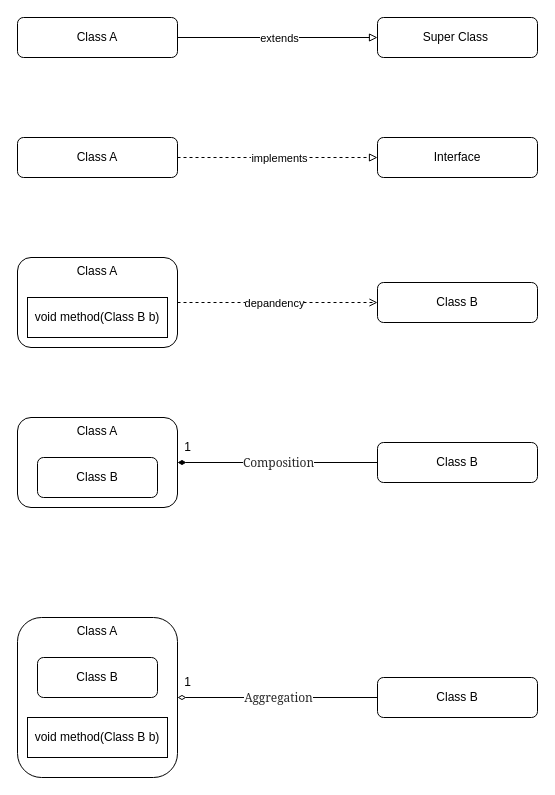
Earlier version of the draw.io diagram design/UML.drawio (bayern01kahn/Tech_Diagrams). Source tidied: cells renumbered, new cells numbered last; positions are measured from the earlier drawing's top-left corner, leaving out a move shared by most shapes. Both pictures are drawn from the tidied source at 100%, with x=0, y=0 at pixel (17, 17).
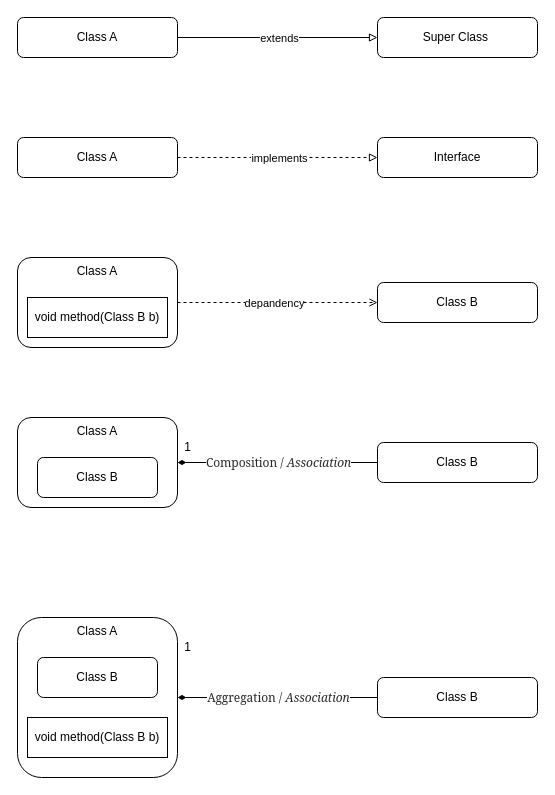
After the change.

Unchanged cells that the change refers to:
```xml
<mxCell id="16" style="edgeStyle=orthogonalEdgeStyle;rounded=0;jettySize=auto;html=1;exitX=0;exitY=0.5;exitDx=0;exitDy=0;entryX=1;entryY=0.5;entryDx=0;entryDy=0;strokeWidth=1;endArrow=diamondThin;endFill=1;" parent="1" edge="1" source="18" target="15">
  <mxGeometry relative="1" as="geometry" />
</mxCell>
<mxCell id="21" value="Class A" style="rounded=1;whiteSpace=wrap;html=1;verticalAlign=top;" parent="1" vertex="1">
  <mxGeometry y="600" width="160" height="160" as="geometry" />
</mxCell>
<mxCell id="24" value="Class B" style="rounded=1;whiteSpace=wrap;html=1;" parent="1" vertex="1">
  <mxGeometry x="360" y="660" width="160" height="40" as="geometry" />
</mxCell>
```

The edit, as a diff of the source:
```diff
@@
-    <mxCell id="17" value="&lt;span style=&quot;box-sizing: inherit; font-family: source-serif-pro, Georgia, Cambria, &amp;quot;Times New Roman&amp;quot;, Times, serif; color: rgb(41, 41, 41); letter-spacing: -0.06px; text-align: start;&quot; class=&quot;jq ih&quot;&gt;&lt;font style=&quot;font-size: 12px;&quot;&gt;Composition&lt;/font&gt;&lt;/span&gt;" style="edgeLabel;html=1;align=center;verticalAlign=middle;" parent="16" vertex="1">
+    <mxCell id="17" value="&lt;span style=&quot;box-sizing: inherit; font-family: source-serif-pro, Georgia, Cambria, &amp;quot;Times New Roman&amp;quot;, Times, serif; color: rgb(41, 41, 41); letter-spacing: -0.06px; text-align: start;&quot; class=&quot;jq ih&quot;&gt;&lt;font style=&quot;font-size: 12px;&quot;&gt;Composition /&amp;nbsp;&lt;/font&gt;&lt;/span&gt;&lt;em style=&quot;box-sizing: inherit; color: rgb(41, 41, 41); font-family: source-serif-pro, Georgia, Cambria, &amp;quot;Times New Roman&amp;quot;, Times, serif; letter-spacing: -0.06px; text-align: start;&quot; class=&quot;lb&quot;&gt;&lt;font style=&quot;font-size: 12px;&quot;&gt;Association&lt;/font&gt;&lt;/em&gt;" style="edgeLabel;html=1;align=center;verticalAlign=middle;" parent="16" vertex="1">
       <mxGeometry relative="1" as="geometry" />
     </mxCell>
@@
-    <mxCell id="22" style="edgeStyle=orthogonalEdgeStyle;rounded=0;jettySize=auto;html=1;exitX=0;exitY=0.5;exitDx=0;exitDy=0;entryX=1;entryY=0.5;entryDx=0;entryDy=0;strokeWidth=1;endArrow=diamondThin;endFill=0;" parent="1" edge="1" source="24" target="21">
+    <mxCell id="22" style="edgeStyle=orthogonalEdgeStyle;rounded=0;jettySize=auto;html=1;exitX=0;exitY=0.5;exitDx=0;exitDy=0;entryX=1;entryY=0.5;entryDx=0;entryDy=0;strokeWidth=1;endArrow=diamondThin;endFill=1;" parent="1" edge="1" source="24" target="21">
       <mxGeometry relative="1" as="geometry" />
     </mxCell>
-    <mxCell id="23" value="&lt;span style=&quot;box-sizing: inherit; font-family: source-serif-pro, Georgia, Cambria, &amp;quot;Times New Roman&amp;quot;, Times, serif; color: rgb(41, 41, 41); letter-spacing: -0.06px; text-align: start;&quot; class=&quot;jq ih&quot;&gt;&lt;font style=&quot;font-size: 12px;&quot;&gt;Aggregation&lt;/font&gt;&lt;/span&gt;" style="edgeLabel;html=1;align=center;verticalAlign=middle;" parent="22" vertex="1">
+    <mxCell id="23" value="&lt;span style=&quot;box-sizing: inherit; font-family: source-serif-pro, Georgia, Cambria, &amp;quot;Times New Roman&amp;quot;, Times, serif; color: rgb(41, 41, 41); letter-spacing: -0.06px; text-align: start;&quot; class=&quot;jq ih&quot;&gt;&lt;font style=&quot;font-size: 12px;&quot;&gt;Aggregation&amp;nbsp;&lt;/font&gt;&lt;/span&gt;&lt;span style=&quot;box-sizing: inherit; font-family: source-serif-pro, Georgia, Cambria, &amp;quot;Times New Roman&amp;quot;, Times, serif; color: rgb(41, 41, 41); letter-spacing: -0.06px; text-align: start;&quot; class=&quot;jq ih&quot;&gt;&lt;font style=&quot;font-size: 12px;&quot;&gt;/&amp;nbsp;&lt;/font&gt;&lt;/span&gt;&lt;em style=&quot;box-sizing: inherit; color: rgb(41, 41, 41); font-family: source-serif-pro, Georgia, Cambria, &amp;quot;Times New Roman&amp;quot;, Times, serif; letter-spacing: -0.06px; text-align: start;&quot; class=&quot;lb&quot;&gt;&lt;font style=&quot;font-size: 12px;&quot;&gt;Association&lt;/font&gt;&lt;/em&gt;" style="edgeLabel;html=1;align=center;verticalAlign=middle;" parent="22" vertex="1">
       <mxGeometry relative="1" as="geometry" />
     </mxCell>
@@
     <mxCell id="26" value="1" style="text;html=1;align=center;verticalAlign=middle;strokeColor=none;fillColor=none;" parent="1" vertex="1">
-      <mxGeometry x="155" y="650" width="30" height="30" as="geometry" />
+      <mxGeometry x="155" y="615" width="30" height="30" as="geometry" />
     </mxCell>
```
